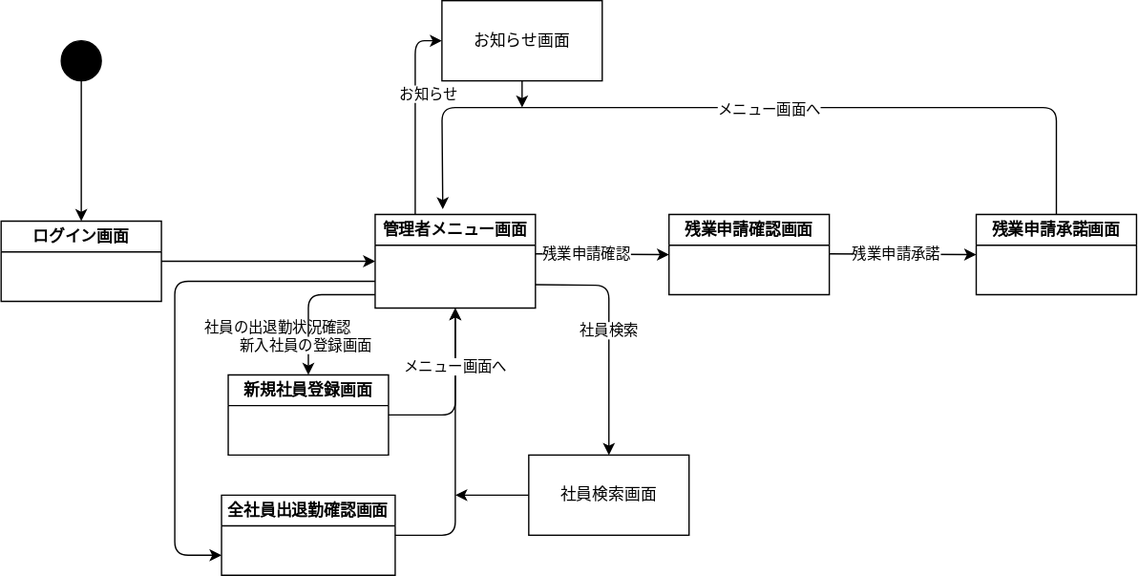
hosoya0503/uml-intro keeps this draw.io diagram as pro管理者.drawio.svg. Above is the earlier version. Source tidied: cells renumbered, new cells last; positions are measured from the earlier drawing's top-left corner, leaving out a move shared by most shapes.
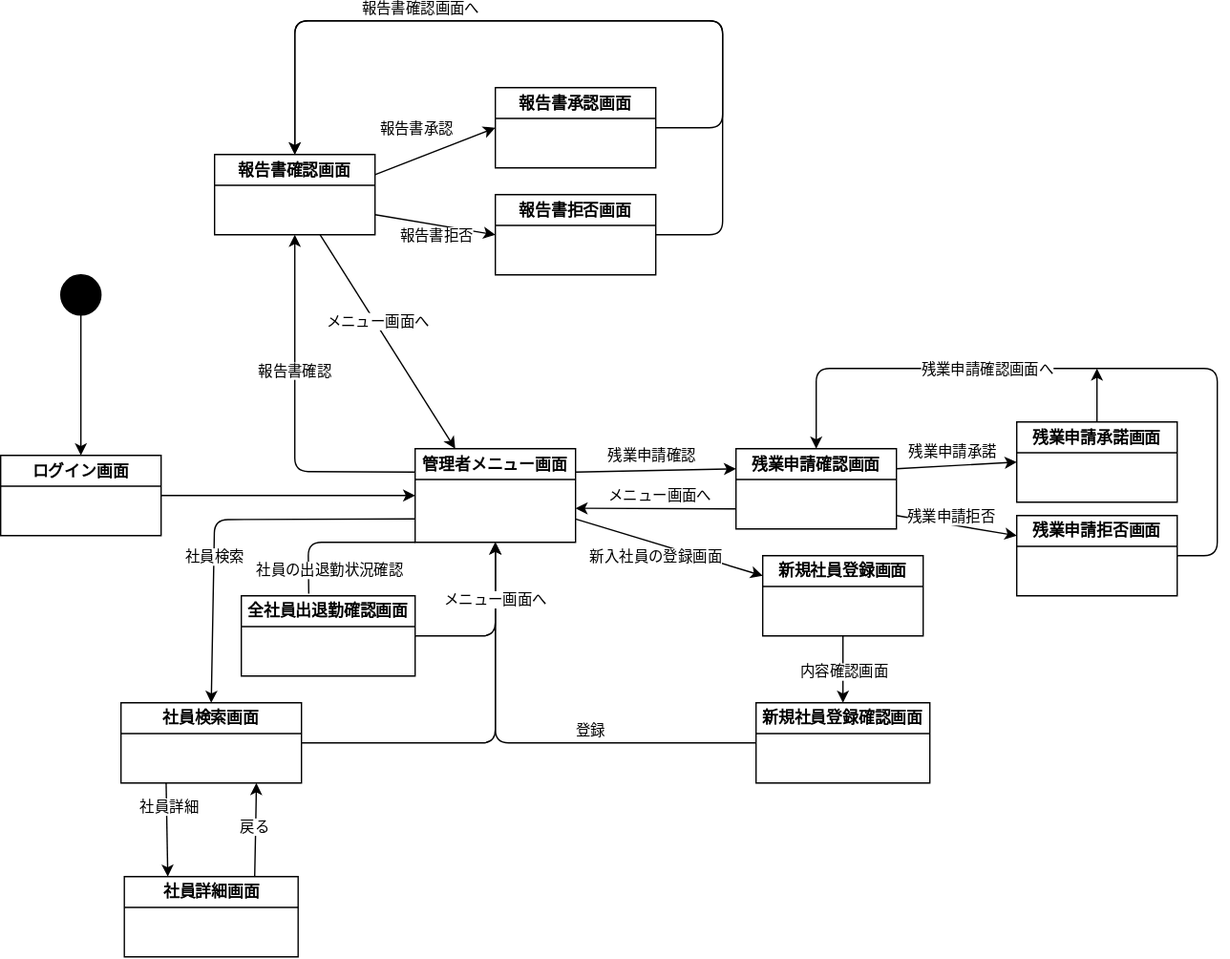
Later version of the same file.

Diff of the diagram source:
```diff
@@ -6,54 +6,38 @@
       <mxGeometry relative="1" as="geometry" />
     </mxCell>
     <mxCell id="3" style="ellipse;whiteSpace=wrap;html=1;fillColor=#000000;" parent="1" vertex="1">
-      <mxGeometry x="45" y="30" width="30" height="30" as="geometry" />
+      <mxGeometry x="15" y="30" width="30" height="30" as="geometry" />
     </mxCell>
-    <mxCell id="4" style="edgeStyle=none;html=1;entryX=0;entryY=0.75;entryDx=0;entryDy=0;" parent="1" edge="1" target="26">
-      <mxGeometry relative="1" as="geometry">
-        <mxPoint x="280" y="210" as="sourcePoint" />
-        <Array as="points">
-          <mxPoint x="130" y="210" />
-          <mxPoint x="130" y="415" />
-        </Array>
-      </mxGeometry>
-    </mxCell>
-    <mxCell id="5" value="社員の出退勤状況確認" style="edgeLabel;html=1;align=center;verticalAlign=middle;" parent="4" vertex="1">
-      <mxGeometry x="-0.44" y="-2" relative="1" as="geometry">
-        <mxPoint x="35" y="36" as="offset" />
-      </mxGeometry>
-    </mxCell>
-    <mxCell id="6" style="edgeStyle=none;html=1;entryX=0.5;entryY=0;entryDx=0;entryDy=0;" parent="1" edge="1" target="23">
-      <mxGeometry relative="1" as="geometry">
-        <mxPoint x="280" y="220" as="sourcePoint" />
-        <Array as="points">
-          <mxPoint x="230" y="220" />
-        </Array>
-      </mxGeometry>
+    <mxCell id="6" style="edgeStyle=none;html=1;entryX=0;entryY=0.25;entryDx=0;entryDy=0;exitX=1;exitY=0.75;exitDx=0;exitDy=0;" parent="1" edge="1" source="11" target="23">
+      <mxGeometry relative="1" as="geometry" />
     </mxCell>
     <mxCell id="7" value="新入社員の登録画面" style="edgeLabel;html=1;align=center;verticalAlign=middle;" parent="6" vertex="1">
       <mxGeometry x="-0.43" y="4" relative="1" as="geometry">
-        <mxPoint x="-21" y="33" as="offset" />
+        <mxPoint x="18" y="19" as="offset" />
       </mxGeometry>
     </mxCell>
-    <mxCell id="8" value="お知らせ" style="edgeStyle=none;html=1;exitX=0.25;exitY=0;exitDx=0;exitDy=0;entryX=0;entryY=0.5;entryDx=0;entryDy=0;" parent="1" edge="1" source="11" target="28">
-      <mxGeometry x="0.2" y="-10" relative="1" as="geometry">
-        <Array as="points">
-          <mxPoint x="310" y="30" />
-        </Array>
-      </mxGeometry>
-    </mxCell>
-    <mxCell id="9" style="edgeStyle=none;html=1;exitX=1;exitY=0.75;exitDx=0;exitDy=0;entryX=0.5;entryY=0;entryDx=0;entryDy=0;" parent="1" edge="1">
+    <mxCell id="9" style="edgeStyle=none;html=1;exitX=0;exitY=0.75;exitDx=0;exitDy=0;entryX=0.5;entryY=0;entryDx=0;entryDy=0;" parent="1" edge="1" source="11" target="30">
       <mxGeometry relative="1" as="geometry">
-        <mxPoint x="400" y="212.5" as="sourcePoint" />
-        <mxPoint x="455" y="340" as="targetPoint" />
         <Array as="points">
-          <mxPoint x="455" y="213" />
+          <mxPoint x="130" y="213" />
         </Array>
       </mxGeometry>
     </mxCell>
     <mxCell id="10" value="社員検索" style="edgeLabel;html=1;align=center;verticalAlign=middle;" parent="9" vertex="1">
-      <mxGeometry x="-0.03" y="-1" relative="1" as="geometry" />
+      <mxGeometry x="-0.03" y="-1" relative="1" as="geometry">
+        <mxPoint x="-11" y="28" as="offset" />
+      </mxGeometry>
     </mxCell>
+    <mxCell id="31" style="edgeStyle=none;html=1;exitX=0;exitY=0.25;exitDx=0;exitDy=0;entryX=0.5;entryY=1;entryDx=0;entryDy=0;" parent="1" edge="1" source="11" target="51">
+      <mxGeometry relative="1" as="geometry">
+        <Array as="points">
+          <mxPoint x="190" y="177" />
+        </Array>
+      </mxGeometry>
+    </mxCell>
+    <mxCell id="32" value="報告書確認" style="edgeLabel;html=1;align=center;verticalAlign=middle;" parent="31" vertex="1">
+      <mxGeometry x="0.24" y="1" relative="1" as="geometry" />
+    </mxCell>
     <mxCell id="11" value="管理者メニュー画面" style="swimlane;whiteSpace=wrap;html=1;" parent="1" vertex="1">
       <mxGeometry x="280" y="160" width="120" height="70" as="geometry" />
     </mxCell>
@@ -61,82 +45,210 @@
       <mxGeometry relative="1" as="geometry" />
     </mxCell>
     <mxCell id="13" value="ログイン画面" style="swimlane;whiteSpace=wrap;html=1;" parent="1" vertex="1">
-      <mxGeometry y="165" width="120" height="60" as="geometry" />
+      <mxGeometry x="-30" y="165" width="120" height="60" as="geometry" />
     </mxCell>
+    <mxCell id="33" style="edgeStyle=none;html=1;entryX=0;entryY=0.25;entryDx=0;entryDy=0;" parent="1" edge="1">
+      <mxGeometry relative="1" as="geometry">
+        <mxPoint x="640" y="210" as="sourcePoint" />
+        <mxPoint x="730" y="225" as="targetPoint" />
+      </mxGeometry>
+    </mxCell>
+    <mxCell id="34" value="残業申請拒否" style="edgeLabel;html=1;align=center;verticalAlign=middle;" parent="33" vertex="1">
+      <mxGeometry x="-0.3" y="1" relative="1" as="geometry">
+        <mxPoint x="9" y="-4" as="offset" />
+      </mxGeometry>
+    </mxCell>
+    <mxCell id="35" style="edgeStyle=none;html=1;exitX=0;exitY=0.75;exitDx=0;exitDy=0;" parent="1" edge="1" source="14">
+      <mxGeometry relative="1" as="geometry">
+        <mxPoint x="400" y="204.5" as="targetPoint" />
+      </mxGeometry>
+    </mxCell>
+    <mxCell id="36" value="メニュー画面へ" style="edgeLabel;html=1;align=center;verticalAlign=middle;" parent="35" vertex="1">
+      <mxGeometry x="0.33" y="-1" relative="1" as="geometry">
+        <mxPoint x="22" y="-9" as="offset" />
+      </mxGeometry>
+    </mxCell>
     <mxCell id="14" value="残業申請確認画面" style="swimlane;whiteSpace=wrap;html=1;startSize=23;" parent="1" vertex="1">
-      <mxGeometry x="500" y="160" width="120" height="60" as="geometry" />
+      <mxGeometry x="520" y="160" width="120" height="60" as="geometry" />
     </mxCell>
-    <mxCell id="15" style="edgeStyle=none;html=1;entryX=0.422;entryY=-0.056;entryDx=0;entryDy=0;entryPerimeter=0;" parent="1" edge="1" source="17" target="11">
-      <mxGeometry relative="1" as="geometry">
-        <Array as="points">
-          <mxPoint x="790" y="80" />
-          <mxPoint x="330" y="80" />
-        </Array>
-      </mxGeometry>
-    </mxCell>
-    <mxCell id="16" value="メニュー画面へ" style="edgeLabel;html=1;align=center;verticalAlign=middle;" parent="15" vertex="1">
-      <mxGeometry x="-0.04" y="1" relative="1" as="geometry" />
-    </mxCell>
+    <mxCell id="37" style="edgeStyle=none;html=1;" parent="1" edge="1" source="17">
+      <mxGeometry relative="1" as="geometry">
+        <mxPoint x="790" y="100" as="targetPoint" />
+      </mxGeometry>
+    </mxCell>
     <mxCell id="17" value="残業申請承諾画面" style="swimlane;whiteSpace=wrap;html=1;" parent="1" vertex="1">
-      <mxGeometry x="730" y="160" width="120" height="60" as="geometry" />
+      <mxGeometry x="730" y="140" width="120" height="60" as="geometry" />
     </mxCell>
-    <mxCell id="18" style="edgeStyle=none;html=1;entryX=0;entryY=0.5;entryDx=0;entryDy=0;" parent="1" edge="1" target="14">
-      <mxGeometry relative="1" as="geometry">
-        <mxPoint x="400" y="189.5" as="sourcePoint" />
-      </mxGeometry>
+    <mxCell id="18" style="edgeStyle=none;html=1;entryX=0;entryY=0.25;entryDx=0;entryDy=0;exitX=1;exitY=0.25;exitDx=0;exitDy=0;" parent="1" edge="1" source="11" target="14">
+      <mxGeometry relative="1" as="geometry" />
     </mxCell>
     <mxCell id="19" value="残業申請確認" style="edgeLabel;html=1;align=center;verticalAlign=middle;" parent="18" vertex="1">
-      <mxGeometry x="-0.25" relative="1" as="geometry" />
+      <mxGeometry x="-0.25" relative="1" as="geometry">
+        <mxPoint x="12" y="-12" as="offset" />
+      </mxGeometry>
     </mxCell>
-    <mxCell id="20" style="edgeStyle=none;html=1;entryX=0;entryY=0.5;entryDx=0;entryDy=0;" parent="1" edge="1" target="17">
-      <mxGeometry relative="1" as="geometry">
-        <mxPoint x="620" y="189.5" as="sourcePoint" />
-      </mxGeometry>
+    <mxCell id="20" style="edgeStyle=none;html=1;entryX=0;entryY=0.5;entryDx=0;entryDy=0;exitX=1;exitY=0.25;exitDx=0;exitDy=0;" parent="1" edge="1" source="14" target="17">
+      <mxGeometry relative="1" as="geometry" />
     </mxCell>
     <mxCell id="21" value="残業申請承諾" style="edgeLabel;html=1;align=center;verticalAlign=middle;" parent="20" vertex="1">
       <mxGeometry x="-0.19" y="-2" relative="1" as="geometry">
-        <mxPoint x="5" y="-2" as="offset" />
+        <mxPoint x="5" y="-14" as="offset" />
       </mxGeometry>
     </mxCell>
-    <mxCell id="22" style="edgeStyle=none;html=1;exitX=1;exitY=0.5;exitDx=0;exitDy=0;entryX=0.5;entryY=1;entryDx=0;entryDy=0;" parent="1" edge="1" source="23" target="11">
-      <mxGeometry relative="1" as="geometry">
-        <Array as="points">
-          <mxPoint x="340" y="310" />
-        </Array>
-      </mxGeometry>
+    <mxCell id="22" style="edgeStyle=none;html=1;exitX=0.5;exitY=1;exitDx=0;exitDy=0;entryX=0.5;entryY=0;entryDx=0;entryDy=0;" parent="1" edge="1" source="23" target="44">
+      <mxGeometry relative="1" as="geometry" />
     </mxCell>
+    <mxCell id="38" value="内容確認画面" style="edgeLabel;html=1;align=center;verticalAlign=middle;" parent="22" vertex="1">
+      <mxGeometry x="-0.51" y="4" relative="1" as="geometry">
+        <mxPoint x="-4" y="15" as="offset" />
+      </mxGeometry>
+    </mxCell>
     <mxCell id="23" value="新規社員登録画面" style="swimlane;whiteSpace=wrap;html=1;" parent="1" vertex="1">
-      <mxGeometry x="170" y="280" width="120" height="60" as="geometry" />
+      <mxGeometry x="540" y="240" width="120" height="60" as="geometry" />
     </mxCell>
     <mxCell id="24" style="edgeStyle=none;html=1;entryX=0.5;entryY=1;entryDx=0;entryDy=0;" parent="1" edge="1" source="26" target="11">
       <mxGeometry relative="1" as="geometry">
         <Array as="points">
-          <mxPoint x="340" y="400" />
-          <mxPoint x="340" y="310" />
+          <mxPoint x="340" y="300" />
         </Array>
       </mxGeometry>
     </mxCell>
-    <mxCell id="25" value="メニュー画面へ" style="edgeLabel;html=1;align=center;verticalAlign=middle;" parent="24" vertex="1">
-      <mxGeometry x="0.6" y="1" relative="1" as="geometry" />
-    </mxCell>
     <mxCell id="26" value="全社員出退勤確認画面" style="swimlane;whiteSpace=wrap;html=1;" parent="1" vertex="1">
-      <mxGeometry x="165" y="370" width="130" height="60" as="geometry" />
+      <mxGeometry x="150" y="270" width="130" height="60" as="geometry" />
     </mxCell>
-    <mxCell id="27" style="edgeStyle=none;html=1;" parent="1" edge="1" source="28">
-      <mxGeometry relative="1" as="geometry">
-        <mxPoint x="390" y="80" as="targetPoint" />
-      </mxGeometry>
-    </mxCell>
-    <mxCell id="28" value="お知らせ画面" style="rounded=0;whiteSpace=wrap;html=1;" parent="1" vertex="1">
-      <mxGeometry x="330" width="120" height="60" as="geometry" />
-    </mxCell>
-    <mxCell id="29" style="edgeStyle=none;html=1;" parent="1" edge="1" source="30">
-      <mxGeometry relative="1" as="geometry">
-        <mxPoint x="340" y="370" as="targetPoint" />
-      </mxGeometry>
-    </mxCell>
+    <mxCell id="39" style="edgeStyle=none;html=1;entryX=0.5;entryY=0;entryDx=0;entryDy=0;exitX=1;exitY=0.5;exitDx=0;exitDy=0;" parent="1" edge="1" source="41" target="14">
+      <mxGeometry relative="1" as="geometry">
+        <Array as="points">
+          <mxPoint x="880" y="240" />
+          <mxPoint x="880" y="100" />
+          <mxPoint x="580" y="100" />
+        </Array>
+      </mxGeometry>
+    </mxCell>
+    <mxCell id="40" value="残業申請確認画面へ" style="edgeLabel;html=1;align=center;verticalAlign=middle;" parent="39" vertex="1">
+      <mxGeometry x="0.3" relative="1" as="geometry">
+        <mxPoint x="1" as="offset" />
+      </mxGeometry>
+    </mxCell>
+    <mxCell id="41" value="残業申請拒否画面" style="swimlane;whiteSpace=wrap;html=1;" parent="1" vertex="1">
+      <mxGeometry x="730" y="210" width="120" height="60" as="geometry" />
+    </mxCell>
+    <mxCell id="42" style="edgeStyle=none;html=1;entryX=0.5;entryY=1;entryDx=0;entryDy=0;" parent="1" edge="1" source="44" target="11">
+      <mxGeometry relative="1" as="geometry">
+        <Array as="points">
+          <mxPoint x="340" y="380" />
+        </Array>
+      </mxGeometry>
+    </mxCell>
+    <mxCell id="43" value="登録" style="edgeLabel;html=1;align=center;verticalAlign=middle;" parent="42" vertex="1">
+      <mxGeometry x="-0.12" y="-3" relative="1" as="geometry">
+        <mxPoint x="27" y="-7" as="offset" />
+      </mxGeometry>
+    </mxCell>
+    <mxCell id="44" value="新規社員登録確認画面" style="swimlane;whiteSpace=wrap;html=1;" parent="1" vertex="1">
+      <mxGeometry x="535" y="350" width="130" height="60" as="geometry" />
+    </mxCell>
+    <mxCell id="45" style="edgeStyle=none;html=1;exitX=1;exitY=0.25;exitDx=0;exitDy=0;entryX=0;entryY=0.5;entryDx=0;entryDy=0;" parent="1" edge="1" source="51" target="56">
+      <mxGeometry relative="1" as="geometry" />
+    </mxCell>
+    <mxCell id="46" value="報告書承認" style="edgeLabel;html=1;align=center;verticalAlign=middle;" parent="45" vertex="1">
+      <mxGeometry x="0.53" y="-1" relative="1" as="geometry">
+        <mxPoint x="-39" y="-9" as="offset" />
+      </mxGeometry>
+    </mxCell>
+    <mxCell id="47" style="edgeStyle=none;html=1;exitX=1;exitY=0.75;exitDx=0;exitDy=0;entryX=0;entryY=0.5;entryDx=0;entryDy=0;" parent="1" edge="1" source="51" target="53">
+      <mxGeometry relative="1" as="geometry" />
+    </mxCell>
+    <mxCell id="48" value="報告書拒否" style="edgeLabel;html=1;align=center;verticalAlign=middle;" parent="47" vertex="1">
+      <mxGeometry x="0.38" y="-1" relative="1" as="geometry">
+        <mxPoint x="-16" y="4" as="offset" />
+      </mxGeometry>
+    </mxCell>
+    <mxCell id="49" style="edgeStyle=none;html=1;entryX=0.25;entryY=0;entryDx=0;entryDy=0;" parent="1" edge="1" source="51" target="11">
+      <mxGeometry relative="1" as="geometry" />
+    </mxCell>
+    <mxCell id="50" value="メニュー画面へ" style="edgeLabel;html=1;align=center;verticalAlign=middle;" parent="49" vertex="1">
+      <mxGeometry x="-0.18" y="1" relative="1" as="geometry">
+        <mxPoint y="-1" as="offset" />
+      </mxGeometry>
+    </mxCell>
+    <mxCell id="51" value="報告書確認画面" style="swimlane;whiteSpace=wrap;html=1;startSize=23;" parent="1" vertex="1">
+      <mxGeometry x="130" y="-60" width="120" height="60" as="geometry" />
+    </mxCell>
+    <mxCell id="52" style="edgeStyle=none;html=1;exitX=1;exitY=0.5;exitDx=0;exitDy=0;entryX=0.5;entryY=0;entryDx=0;entryDy=0;" parent="1" edge="1" source="53" target="51">
+      <mxGeometry relative="1" as="geometry">
+        <Array as="points">
+          <mxPoint x="510" />
+          <mxPoint x="510" y="-160" />
+          <mxPoint x="190" y="-160" />
+        </Array>
+      </mxGeometry>
+    </mxCell>
+    <mxCell id="53" value="報告書拒否画面" style="swimlane;whiteSpace=wrap;html=1;startSize=23;" parent="1" vertex="1">
+      <mxGeometry x="340" y="-30" width="120" height="60" as="geometry" />
+    </mxCell>
+    <mxCell id="54" style="edgeStyle=none;html=1;exitX=1;exitY=0.5;exitDx=0;exitDy=0;entryX=0.5;entryY=0;entryDx=0;entryDy=0;" parent="1" edge="1" source="56" target="51">
+      <mxGeometry relative="1" as="geometry">
+        <Array as="points">
+          <mxPoint x="510" y="-80" />
+          <mxPoint x="510" y="-160" />
+          <mxPoint x="190" y="-160" />
+        </Array>
+      </mxGeometry>
+    </mxCell>
+    <mxCell id="55" value="報告書確認画面へ" style="edgeLabel;html=1;align=center;verticalAlign=middle;" parent="54" vertex="1">
+      <mxGeometry x="0.3" y="-4" relative="1" as="geometry">
+        <mxPoint y="-6" as="offset" />
+      </mxGeometry>
+    </mxCell>
+    <mxCell id="56" value="報告書承認画面" style="swimlane;whiteSpace=wrap;html=1;startSize=23;" parent="1" vertex="1">
+      <mxGeometry x="340" y="-110" width="120" height="60" as="geometry" />
+    </mxCell>
+    <mxCell id="57" style="edgeStyle=none;html=1;exitX=0;exitY=1;exitDx=0;exitDy=0;endArrow=none;entryX=0.388;entryY=-0.026;entryDx=0;entryDy=0;entryPerimeter=0;" parent="1" edge="1" source="11" target="26">
+      <mxGeometry relative="1" as="geometry">
+        <Array as="points">
+          <mxPoint x="200" y="230" />
+        </Array>
+      </mxGeometry>
+    </mxCell>
+    <mxCell id="5" value="社員の出退勤状況確認" style="edgeLabel;html=1;align=center;verticalAlign=middle;" parent="57" vertex="1">
+      <mxGeometry x="-0.44" y="-2" relative="1" as="geometry">
+        <mxPoint x="-32" y="22" as="offset" />
+      </mxGeometry>
+    </mxCell>
+    <mxCell id="58" style="edgeStyle=none;html=1;entryX=0.25;entryY=0;entryDx=0;entryDy=0;exitX=0.25;exitY=1;exitDx=0;exitDy=0;" parent="1" edge="1" source="30" target="64">
+      <mxGeometry relative="1" as="geometry" />
+    </mxCell>
+    <mxCell id="59" value="社員詳細" style="edgeLabel;html=1;align=center;verticalAlign=middle;" parent="58" vertex="1">
+      <mxGeometry x="-0.48" relative="1" as="geometry">
+        <mxPoint x="1" as="offset" />
+      </mxGeometry>
+    </mxCell>
+    <mxCell id="60" style="edgeStyle=none;html=1;entryX=0.5;entryY=1;entryDx=0;entryDy=0;" parent="1" edge="1" source="30" target="11">
+      <mxGeometry relative="1" as="geometry">
+        <Array as="points">
+          <mxPoint x="340" y="380" />
+        </Array>
+      </mxGeometry>
+    </mxCell>
+    <mxCell id="61" value="メニュー画面へ" style="edgeLabel;html=1;align=center;verticalAlign=middle;" parent="60" vertex="1">
+      <mxGeometry x="0.72" y="1" relative="1" as="geometry" />
+    </mxCell>
-    <mxCell id="30" value="社員検索画面" style="rounded=0;whiteSpace=wrap;html=1;" parent="1" vertex="1">
-      <mxGeometry x="395" y="340" width="120" height="60" as="geometry" />
+    <mxCell id="30" value="社員検索画面" style="swimlane;whiteSpace=wrap;html=1;" parent="1" vertex="1">
+      <mxGeometry x="60" y="350" width="135" height="60" as="geometry" />
     </mxCell>
+    <mxCell id="62" style="edgeStyle=none;html=1;exitX=0.75;exitY=0;exitDx=0;exitDy=0;entryX=0.75;entryY=1;entryDx=0;entryDy=0;" parent="1" edge="1" source="64" target="30">
+      <mxGeometry relative="1" as="geometry">
+        <Array as="points">
+          <mxPoint x="161" y="430" />
+        </Array>
+      </mxGeometry>
+    </mxCell>
+    <mxCell id="63" value="戻る" style="edgeLabel;html=1;align=center;verticalAlign=middle;" parent="62" vertex="1">
+      <mxGeometry x="0.08" y="1" relative="1" as="geometry" />
+    </mxCell>
+    <mxCell id="64" value="社員詳細画面" style="swimlane;whiteSpace=wrap;html=1;" parent="1" vertex="1">
+      <mxGeometry x="62.5" y="480" width="130" height="60" as="geometry" />
+    </mxCell>
   </root>
 </mxGraphModel>
```
